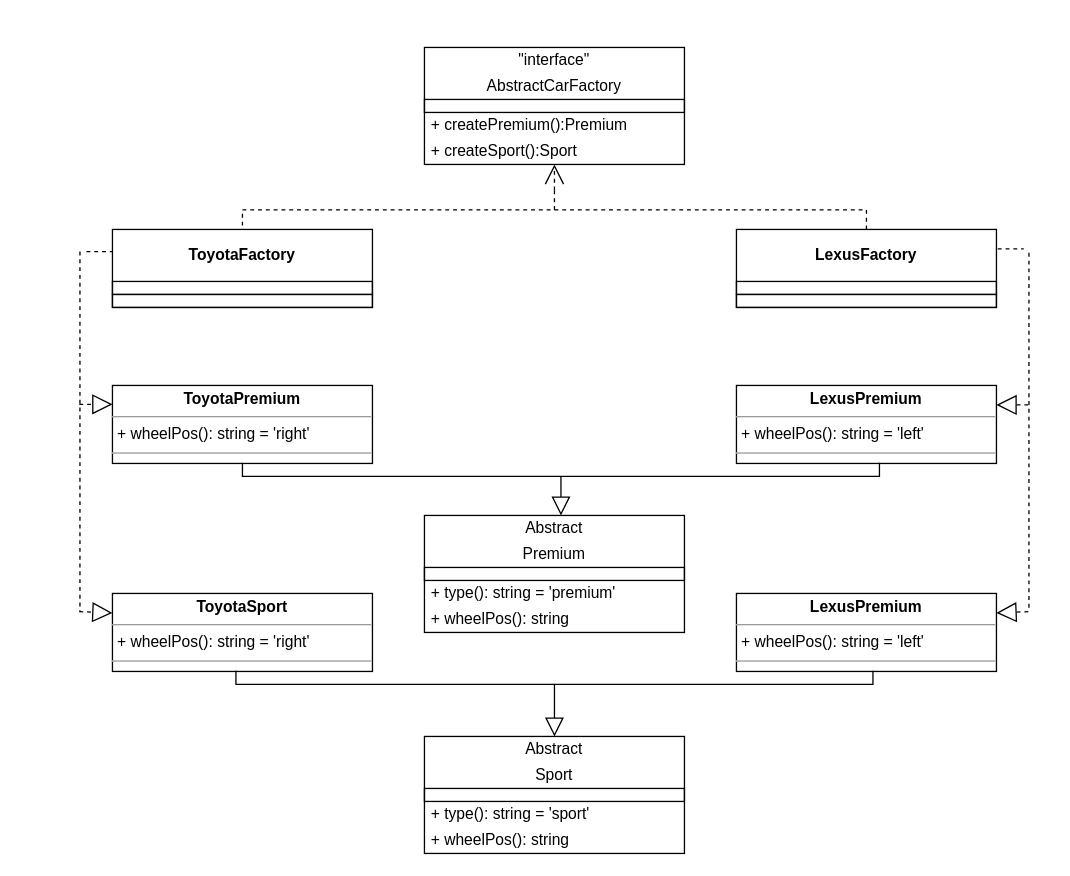
Earlier version of the draw.io diagram Creational/Abstract Factory/abstract.drawio (Kazantip94/Patern). Source tidied: cells renumbered, new cells numbered last; positions are measured from the earlier drawing's top-left corner, leaving out a move shared by most shapes. Both pictures are drawn from the tidied source at 130%, with x=0, y=0 at pixel (73, 47).
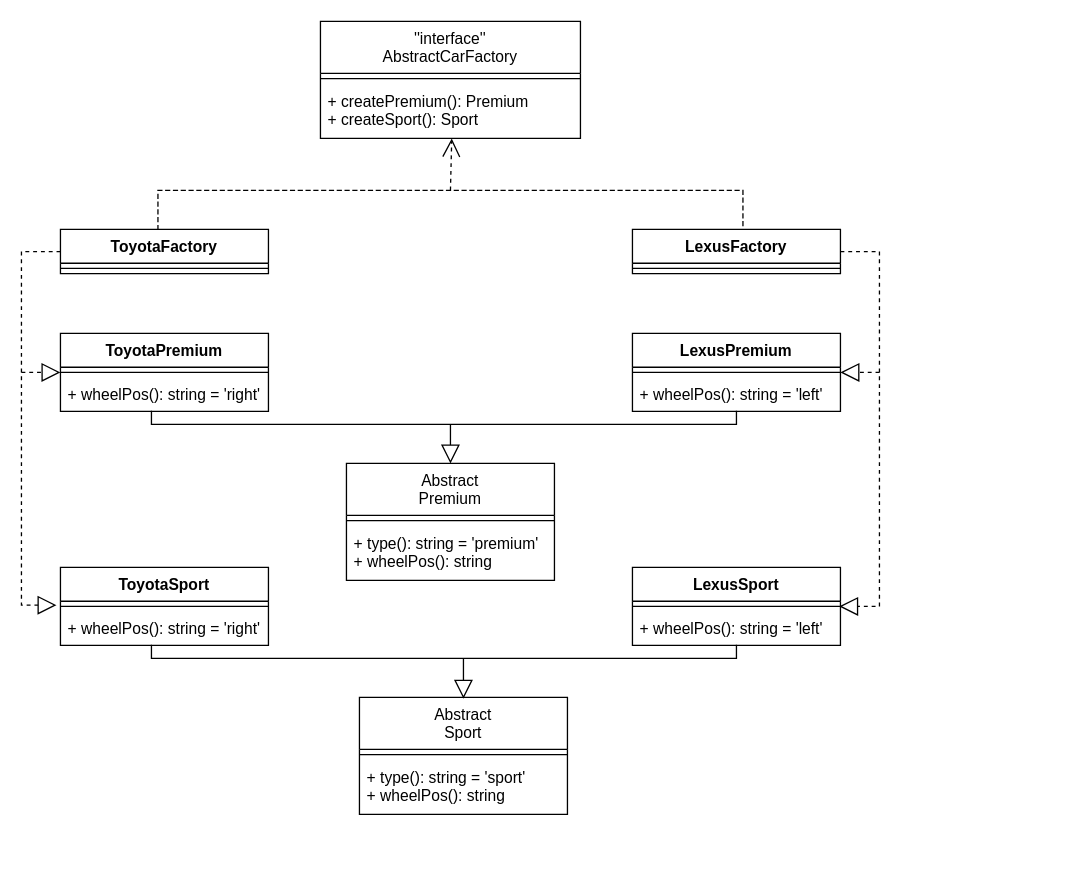
The same diagram, later.

Commit message (it also covers changes not shown here):
fix factory method and abstract factory method

Change to the diagram source:
```diff
@@
-    <mxCell id="2" style="rounded=0;whiteSpace=wrap;html=1;" parent="1" vertex="1">
-      <mxGeometry x="270" width="200" height="90" as="geometry" />
-    </mxCell>
-    <mxCell id="3" value="&quot;interface&quot;" style="text;html=1;strokeColor=none;fillColor=none;align=center;verticalAlign=middle;whiteSpace=wrap;rounded=0;" parent="1" vertex="1">
-      <mxGeometry x="270" width="200" height="20" as="geometry" />
-    </mxCell>
-    <mxCell id="4" value="AbstractCarFactory" style="text;html=1;strokeColor=none;fillColor=none;align=center;verticalAlign=middle;whiteSpace=wrap;rounded=0;" parent="1" vertex="1">
-      <mxGeometry x="270" y="20" width="200" height="20" as="geometry" />
-    </mxCell>
-    <mxCell id="5" value="&amp;nbsp;+ createPremium():Premium" style="text;html=1;strokeColor=none;fillColor=none;align=left;verticalAlign=middle;whiteSpace=wrap;rounded=0;" parent="1" vertex="1">
-      <mxGeometry x="270" y="50" width="200" height="20" as="geometry" />
-    </mxCell>
-    <mxCell id="6" style="text;html=1;fillColor=none;align=center;verticalAlign=middle;whiteSpace=wrap;rounded=0;strokeColor=#000000;" parent="1" vertex="1">
-      <mxGeometry x="270" y="40" width="200" height="10" as="geometry" />
-    </mxCell>
-    <mxCell id="7" value="&amp;nbsp;+ createSport():Sport" style="text;html=1;strokeColor=none;fillColor=none;align=left;verticalAlign=middle;whiteSpace=wrap;rounded=0;" parent="1" vertex="1">
-      <mxGeometry x="270" y="70" width="200" height="20" as="geometry" />
-    </mxCell>
-    <mxCell id="8" style="rounded=0;whiteSpace=wrap;html=1;strokeColor=#000000;" parent="1" vertex="1">
-      <mxGeometry x="30" y="140" width="200" height="60" as="geometry" />
-    </mxCell>
+    <mxCell id="46" value="''interface''&#10;AbstractCarFactory" style="swimlane;fontStyle=0;align=center;verticalAlign=top;horizontal=1;startSize=40;" parent="1" vertex="1">
+      <mxGeometry x="190" y="-20" width="200" height="90" as="geometry" />
+    </mxCell>
+    <mxCell id="47" style="line;strokeWidth=1;fillColor=none;align=left;verticalAlign=middle;spacingTop=-1;spacingLeft=3;spacingRight=3;labelPosition=right;" parent="46" vertex="1">
+      <mxGeometry y="40" width="200" height="8" as="geometry" />
+    </mxCell>
+    <mxCell id="48" value="+ createPremium(): Premium&#10;+ createSport(): Sport" style="text;strokeColor=none;fillColor=none;align=left;verticalAlign=top;spacingLeft=4;spacingRight=4;overflow=hidden;" parent="46" vertex="1">
+      <mxGeometry y="48" width="200" height="42" as="geometry" />
+    </mxCell>
+    <mxCell id="49" style="edgeStyle=orthogonalEdgeStyle;rounded=0;jettySize=auto;html=1;startArrow=none;startFill=0;endArrow=block;endFill=0;startSize=12;endSize=12;entryX=-0.019;entryY=-0.192;entryDx=0;entryDy=0;entryPerimeter=0;exitX=0;exitY=0.5;exitDx=0;exitDy=0;dashed=1;" parent="1" edge="1" source="9" target="58">
+      <mxGeometry relative="1" as="geometry">
+        <Array as="points">
+          <mxPoint x="-40" y="157" />
+          <mxPoint x="-40" y="429" />
+        </Array>
+      </mxGeometry>
+    </mxCell>
-    <mxCell id="9" value="&lt;b&gt;ToyotaFactory&lt;/b&gt;" style="text;html=1;strokeColor=none;fillColor=none;align=center;verticalAlign=middle;whiteSpace=wrap;rounded=0;" parent="1" vertex="1">
-      <mxGeometry x="70" y="150" width="120" height="20" as="geometry" />
+    <mxCell id="9" value="ToyotaFactory" style="swimlane;fontStyle=1;align=center;verticalAlign=top;horizontal=1;startSize=26;" parent="1" vertex="1">
+      <mxGeometry x="-10" y="140" width="160" height="34" as="geometry" />
     </mxCell>
-    <mxCell id="10" style="text;html=1;fillColor=none;align=center;verticalAlign=middle;whiteSpace=wrap;rounded=0;strokeColor=#000000;" parent="1" vertex="1">
-      <mxGeometry x="30" y="180" width="200" height="10" as="geometry" />
-    </mxCell>
-    <mxCell id="11" style="text;html=1;fillColor=none;align=center;verticalAlign=middle;whiteSpace=wrap;rounded=0;strokeColor=#000000;" parent="1" vertex="1">
-      <mxGeometry x="30" y="190" width="200" height="10" as="geometry" />
-    </mxCell>
-    <mxCell id="12" style="rounded=0;whiteSpace=wrap;html=1;strokeColor=#000000;" parent="1" vertex="1">
-      <mxGeometry x="510" y="140" width="200" height="60" as="geometry" />
-    </mxCell>
+    <mxCell id="50" style="line;strokeWidth=1;fillColor=none;align=left;verticalAlign=middle;spacingTop=-1;spacingLeft=3;spacingRight=3;labelPosition=right;" parent="9" vertex="1">
+      <mxGeometry y="26" width="160" height="8" as="geometry" />
+    </mxCell>
+    <mxCell id="51" style="edgeStyle=orthogonalEdgeStyle;rounded=0;jettySize=auto;html=1;dashed=1;startArrow=none;startFill=0;endArrow=block;endFill=0;startSize=12;endSize=12;entryX=0.994;entryY=0.5;entryDx=0;entryDy=0;entryPerimeter=0;" parent="1" edge="1" source="13" target="63">
+      <mxGeometry relative="1" as="geometry">
+        <Array as="points">
+          <mxPoint x="620" y="157" />
+          <mxPoint x="620" y="430" />
+        </Array>
+      </mxGeometry>
+    </mxCell>
-    <mxCell id="13" value="&lt;b&gt;LexusFactory&lt;/b&gt;" style="text;html=1;strokeColor=none;fillColor=none;align=center;verticalAlign=middle;whiteSpace=wrap;rounded=0;" parent="1" vertex="1">
-      <mxGeometry x="550" y="150" width="120" height="20" as="geometry" />
+    <mxCell id="13" value="LexusFactory" style="swimlane;fontStyle=1;align=center;verticalAlign=top;horizontal=1;startSize=26;" parent="1" vertex="1">
+      <mxGeometry x="430" y="140" width="160" height="34" as="geometry" />
     </mxCell>
-    <mxCell id="14" style="text;html=1;fillColor=none;align=center;verticalAlign=middle;whiteSpace=wrap;rounded=0;strokeColor=#000000;" parent="1" vertex="1">
-      <mxGeometry x="510" y="180" width="200" height="10" as="geometry" />
-    </mxCell>
-    <mxCell id="15" style="text;html=1;fillColor=none;align=center;verticalAlign=middle;whiteSpace=wrap;rounded=0;strokeColor=#000000;" parent="1" vertex="1">
-      <mxGeometry x="510" y="190" width="200" height="10" as="geometry" />
-    </mxCell>
-    <mxCell id="16" value="&lt;p style=&quot;margin: 0px ; margin-top: 4px ; text-align: center&quot;&gt;&lt;b&gt;ToyotaPremium&lt;/b&gt;&lt;/p&gt;&lt;hr size=&quot;1&quot;&gt;&lt;p style=&quot;margin: 0px ; margin-left: 4px&quot;&gt;+ wheelPos(): string = 'right'&lt;/p&gt;&lt;hr size=&quot;1&quot;&gt;&lt;p style=&quot;margin: 0px ; margin-left: 4px&quot;&gt;&lt;br&gt;&lt;/p&gt;" style="verticalAlign=top;align=left;overflow=fill;fontSize=12;fontFamily=Helvetica;html=1;strokeColor=#000000;" parent="1" vertex="1">
-      <mxGeometry x="30" y="260" width="200" height="60" as="geometry" />
-    </mxCell>
-    <mxCell id="17" value="&lt;p style=&quot;margin: 0px ; margin-top: 4px ; text-align: center&quot;&gt;&lt;b&gt;ToyotaSport&lt;/b&gt;&lt;/p&gt;&lt;hr size=&quot;1&quot;&gt;&lt;p style=&quot;margin: 0px ; margin-left: 4px&quot;&gt;+ wheelPos(): string = 'right'&lt;/p&gt;&lt;hr size=&quot;1&quot;&gt;&lt;p style=&quot;margin: 0px ; margin-left: 4px&quot;&gt;&lt;br&gt;&lt;/p&gt;" style="verticalAlign=top;align=left;overflow=fill;fontSize=12;fontFamily=Helvetica;html=1;strokeColor=#000000;" parent="1" vertex="1">
-      <mxGeometry x="30" y="420" width="200" height="60" as="geometry" />
-    </mxCell>
-    <mxCell id="18" value="&lt;p style=&quot;margin: 0px ; margin-top: 4px ; text-align: center&quot;&gt;&lt;b&gt;LexusPremium&lt;/b&gt;&lt;/p&gt;&lt;hr size=&quot;1&quot;&gt;&lt;p style=&quot;margin: 0px ; margin-left: 4px&quot;&gt;+ wheelPos(): string = 'left'&lt;/p&gt;&lt;hr size=&quot;1&quot;&gt;&lt;p style=&quot;margin: 0px ; margin-left: 4px&quot;&gt;&lt;br&gt;&lt;/p&gt;" style="verticalAlign=top;align=left;overflow=fill;fontSize=12;fontFamily=Helvetica;html=1;strokeColor=#000000;" parent="1" vertex="1">
-      <mxGeometry x="510" y="260" width="200" height="60" as="geometry" />
-    </mxCell>
-    <mxCell id="19" value="&lt;p style=&quot;margin: 0px ; margin-top: 4px ; text-align: center&quot;&gt;&lt;b&gt;LexusPremium&lt;/b&gt;&lt;/p&gt;&lt;hr size=&quot;1&quot;&gt;&lt;p style=&quot;margin: 0px ; margin-left: 4px&quot;&gt;+ wheelPos(): string = 'left'&lt;/p&gt;&lt;hr size=&quot;1&quot;&gt;&lt;p style=&quot;margin: 0px ; margin-left: 4px&quot;&gt;&lt;br&gt;&lt;/p&gt;" style="verticalAlign=top;align=left;overflow=fill;fontSize=12;fontFamily=Helvetica;html=1;strokeColor=#000000;" parent="1" vertex="1">
-      <mxGeometry x="510" y="420" width="200" height="60" as="geometry" />
-    </mxCell>
-    <mxCell id="20" style="rounded=0;whiteSpace=wrap;html=1;" parent="1" vertex="1">
-      <mxGeometry x="270" y="360" width="200" height="90" as="geometry" />
-    </mxCell>
-    <mxCell id="21" value="Abstract" style="text;html=1;strokeColor=none;fillColor=none;align=center;verticalAlign=middle;whiteSpace=wrap;rounded=0;" parent="1" vertex="1">
-      <mxGeometry x="270" y="360" width="200" height="20" as="geometry" />
-    </mxCell>
-    <mxCell id="22" value="Premium" style="text;html=1;strokeColor=none;fillColor=none;align=center;verticalAlign=middle;whiteSpace=wrap;rounded=0;" parent="1" vertex="1">
-      <mxGeometry x="270" y="380" width="200" height="20" as="geometry" />
-    </mxCell>
-    <mxCell id="23" value="&amp;nbsp;+ type(): string = 'premium'" style="text;html=1;strokeColor=none;fillColor=none;align=left;verticalAlign=middle;whiteSpace=wrap;rounded=0;" parent="1" vertex="1">
-      <mxGeometry x="270" y="410" width="200" height="20" as="geometry" />
-    </mxCell>
-    <mxCell id="24" style="text;html=1;fillColor=none;align=center;verticalAlign=middle;whiteSpace=wrap;rounded=0;strokeColor=#000000;" parent="1" vertex="1">
-      <mxGeometry x="270" y="400" width="200" height="10" as="geometry" />
-    </mxCell>
-    <mxCell id="25" value="&amp;nbsp;+ wheelPos(): string" style="text;html=1;strokeColor=none;fillColor=none;align=left;verticalAlign=middle;whiteSpace=wrap;rounded=0;" parent="1" vertex="1">
-      <mxGeometry x="270" y="430" width="200" height="20" as="geometry" />
-    </mxCell>
-    <mxCell id="26" style="rounded=0;whiteSpace=wrap;html=1;" parent="1" vertex="1">
-      <mxGeometry x="270" y="530" width="200" height="90" as="geometry" />
-    </mxCell>
-    <mxCell id="27" value="Abstract" style="text;html=1;strokeColor=none;fillColor=none;align=center;verticalAlign=middle;whiteSpace=wrap;rounded=0;" parent="1" vertex="1">
-      <mxGeometry x="270" y="530" width="200" height="20" as="geometry" />
-    </mxCell>
-    <mxCell id="28" value="Sport" style="text;html=1;strokeColor=none;fillColor=none;align=center;verticalAlign=middle;whiteSpace=wrap;rounded=0;" parent="1" vertex="1">
-      <mxGeometry x="270" y="550" width="200" height="20" as="geometry" />
-    </mxCell>
-    <mxCell id="29" value="&amp;nbsp;+ type(): string = 'sport'" style="text;html=1;strokeColor=none;fillColor=none;align=left;verticalAlign=middle;whiteSpace=wrap;rounded=0;" parent="1" vertex="1">
-      <mxGeometry x="270" y="580" width="200" height="20" as="geometry" />
-    </mxCell>
-    <mxCell id="30" style="text;html=1;fillColor=none;align=center;verticalAlign=middle;whiteSpace=wrap;rounded=0;strokeColor=#000000;" parent="1" vertex="1">
-      <mxGeometry x="270" y="570" width="200" height="10" as="geometry" />
-    </mxCell>
-    <mxCell id="31" value="&amp;nbsp;+ wheelPos(): string" style="text;html=1;strokeColor=none;fillColor=none;align=left;verticalAlign=middle;whiteSpace=wrap;rounded=0;" parent="1" vertex="1">
-      <mxGeometry x="270" y="600" width="200" height="20" as="geometry" />
-    </mxCell>
-    <mxCell id="32" style="strokeWidth=1;html=1;shape=mxgraph.flowchart.annotation_2;align=left;labelPosition=right;direction=south;dashed=1;" parent="1" vertex="1">
-      <mxGeometry x="130" y="110" width="480" height="30" as="geometry" />
-    </mxCell>
-    <mxCell id="33" style="endArrow=open;html=1;strokeColor=#000000;entryX=0.5;entryY=1;entryDx=0;entryDy=0;endFill=0;strokeWidth=1;dashed=1;endSize=13;" parent="1" edge="1" target="7">
-      <mxGeometry relative="1" as="geometry">
-        <mxPoint x="370" y="110" as="sourcePoint" />
-      </mxGeometry>
-    </mxCell>
-    <mxCell id="34" style="line;strokeWidth=1;direction=south;html=1;perimeter=backbonePerimeter;points=[];outlineConnect=0;dashed=1;" parent="1" vertex="1">
-      <mxGeometry y="157" width="10" height="277" as="geometry" />
-    </mxCell>
-    <mxCell id="35" style="line;strokeWidth=1;html=1;dashed=1;" parent="1" vertex="1">
-      <mxGeometry x="10" y="152" width="20" height="10" as="geometry" />
-    </mxCell>
-    <mxCell id="36" style="endArrow=block;html=1;dashed=1;endSize=13;strokeColor=#000000;strokeWidth=1;endFill=0;" parent="1" edge="1" source="34">
-      <mxGeometry relative="1" as="geometry">
-        <mxPoint x="30" y="274.5" as="targetPoint" />
-      </mxGeometry>
-    </mxCell>
-    <mxCell id="37" style="endArrow=block;html=1;dashed=1;endSize=13;strokeColor=#000000;strokeWidth=1;endFill=0;entryX=0;entryY=0.25;entryDx=0;entryDy=0;" parent="1" edge="1" source="34" target="17">
-      <mxGeometry relative="1" as="geometry" />
-    </mxCell>
-    <mxCell id="38" style="line;strokeWidth=1;direction=south;html=1;perimeter=backbonePerimeter;points=[];outlineConnect=0;dashed=1;" parent="1" vertex="1">
-      <mxGeometry x="730" y="158" width="10" height="275" as="geometry" />
-    </mxCell>
-    <mxCell id="39" style="endArrow=block;html=1;dashed=1;endSize=13;strokeColor=#000000;strokeWidth=1;endFill=0;entryX=1;entryY=0.25;entryDx=0;entryDy=0;" parent="1" edge="1" source="38" target="18">
-      <mxGeometry relative="1" as="geometry" />
-    </mxCell>
-    <mxCell id="40" style="endArrow=block;html=1;dashed=1;endSize=13;strokeColor=#000000;strokeWidth=1;endFill=0;entryX=1;entryY=0.25;entryDx=0;entryDy=0;" parent="1" edge="1" target="19">
-      <mxGeometry relative="1" as="geometry">
-        <mxPoint x="734.5" y="434" as="sourcePoint" />
-      </mxGeometry>
-    </mxCell>
-    <mxCell id="41" style="line;strokeWidth=1;html=1;dashed=1;" parent="1" vertex="1">
-      <mxGeometry x="711" y="150" width="20" height="10" as="geometry" />
-    </mxCell>
-    <mxCell id="42" style="shape=partialRectangle;whiteSpace=wrap;html=1;bottom=1;right=1;left=1;top=0;fillColor=none;routingCenterX=-0.5;direction=east;" parent="1" vertex="1">
-      <mxGeometry x="130" y="320" width="490" height="10" as="geometry" />
-    </mxCell>
-    <mxCell id="43" style="html=1;verticalAlign=bottom;startArrow=none;startFill=0;endArrow=block;startSize=10;endSize=12;exitX=0.5;exitY=1;exitDx=0;exitDy=0;endFill=0;" parent="1" edge="1" source="42">
-      <mxGeometry relative="1" as="geometry">
-        <mxPoint x="375" y="360" as="targetPoint" />
-      </mxGeometry>
-    </mxCell>
-    <mxCell id="44" style="shape=partialRectangle;whiteSpace=wrap;html=1;bottom=1;right=1;left=1;top=0;fillColor=none;routingCenterX=-0.5;direction=east;" parent="1" vertex="1">
-      <mxGeometry x="125" y="480" width="490" height="10" as="geometry" />
-    </mxCell>
-    <mxCell id="45" style="html=1;verticalAlign=bottom;startArrow=none;startFill=0;endArrow=block;startSize=10;endSize=12;endFill=0;" parent="1" edge="1">
-      <mxGeometry relative="1" as="geometry">
-        <mxPoint x="370" y="490" as="sourcePoint" />
-        <mxPoint x="370" y="530" as="targetPoint" />
-      </mxGeometry>
-    </mxCell>
+    <mxCell id="52" style="line;strokeWidth=1;fillColor=none;align=left;verticalAlign=middle;spacingTop=-1;spacingLeft=3;spacingRight=3;labelPosition=right;" parent="13" vertex="1">
+      <mxGeometry y="26" width="160" height="8" as="geometry" />
+    </mxCell>
+    <mxCell id="53" value="ToyotaPremium" style="swimlane;fontStyle=1;align=center;verticalAlign=top;horizontal=1;startSize=26;" parent="1" vertex="1">
+      <mxGeometry x="-10" y="220" width="160" height="60" as="geometry" />
+    </mxCell>
+    <mxCell id="54" style="line;strokeWidth=1;fillColor=none;align=left;verticalAlign=middle;spacingTop=-1;spacingLeft=3;spacingRight=3;labelPosition=right;" parent="53" vertex="1">
+      <mxGeometry y="26" width="160" height="8" as="geometry" />
+    </mxCell>
+    <mxCell id="55" value="+ wheelPos(): string = 'right'" style="text;strokeColor=none;fillColor=none;align=left;verticalAlign=top;spacingLeft=4;spacingRight=4;overflow=hidden;" parent="53" vertex="1">
+      <mxGeometry y="34" width="160" height="26" as="geometry" />
+    </mxCell>
+    <mxCell id="56" value="ToyotaSport" style="swimlane;fontStyle=1;align=center;verticalAlign=top;horizontal=1;startSize=26;" parent="1" vertex="1">
+      <mxGeometry x="-10" y="400" width="160" height="60" as="geometry" />
+    </mxCell>
+    <mxCell id="57" style="line;strokeWidth=1;fillColor=none;align=left;verticalAlign=middle;spacingTop=-1;spacingLeft=3;spacingRight=3;labelPosition=right;" parent="56" vertex="1">
+      <mxGeometry y="26" width="160" height="8" as="geometry" />
+    </mxCell>
+    <mxCell id="58" value="+ wheelPos(): string = 'right'" style="text;strokeColor=none;fillColor=none;align=left;verticalAlign=top;spacingLeft=4;spacingRight=4;overflow=hidden;points=[[0,0.5],[1,0.5]];portConstraint=eastwest;" parent="56" vertex="1">
+      <mxGeometry y="34" width="160" height="26" as="geometry" />
+    </mxCell>
+    <mxCell id="59" value="LexusPremium" style="swimlane;fontStyle=1;align=center;verticalAlign=top;horizontal=1;startSize=26;" parent="1" vertex="1">
+      <mxGeometry x="430" y="220" width="160" height="60" as="geometry" />
+    </mxCell>
+    <mxCell id="60" style="line;strokeWidth=1;fillColor=none;align=left;verticalAlign=middle;spacingTop=-1;spacingLeft=3;spacingRight=3;labelPosition=right;" parent="59" vertex="1">
+      <mxGeometry y="26" width="160" height="8" as="geometry" />
+    </mxCell>
+    <mxCell id="61" value="+ wheelPos(): string = 'left'" style="text;strokeColor=none;fillColor=none;align=left;verticalAlign=top;spacingLeft=4;spacingRight=4;overflow=hidden;" parent="59" vertex="1">
+      <mxGeometry y="34" width="160" height="26" as="geometry" />
+    </mxCell>
+    <mxCell id="62" value="LexusSport" style="swimlane;fontStyle=1;align=center;verticalAlign=top;horizontal=1;startSize=26;" parent="1" vertex="1">
+      <mxGeometry x="430" y="400" width="160" height="60" as="geometry" />
+    </mxCell>
+    <mxCell id="63" style="line;strokeWidth=1;fillColor=none;align=left;verticalAlign=middle;spacingTop=-1;spacingLeft=3;spacingRight=3;labelPosition=right;points=[];portConstraint=eastwest;" parent="62" vertex="1">
+      <mxGeometry y="26" width="160" height="8" as="geometry" />
+    </mxCell>
+    <mxCell id="64" value="+ wheelPos(): string = 'left'" style="text;strokeColor=none;fillColor=none;align=left;verticalAlign=top;spacingLeft=4;spacingRight=4;overflow=hidden;" parent="62" vertex="1">
+      <mxGeometry y="34" width="160" height="26" as="geometry" />
+    </mxCell>
+    <mxCell id="65" value="Abstract&#10;Premium" style="swimlane;fontStyle=0;align=center;verticalAlign=top;horizontal=1;startSize=40;" parent="1" vertex="1">
+      <mxGeometry x="210" y="320" width="160" height="90" as="geometry" />
+    </mxCell>
+    <mxCell id="66" style="line;strokeWidth=1;fillColor=none;align=left;verticalAlign=middle;spacingTop=-1;spacingLeft=3;spacingRight=3;labelPosition=right;" parent="65" vertex="1">
+      <mxGeometry y="40" width="160" height="8" as="geometry" />
+    </mxCell>
+    <mxCell id="67" value="+ type(): string = 'premium'&#10;+ wheelPos(): string" style="text;strokeColor=none;fillColor=none;align=left;verticalAlign=top;spacingLeft=4;spacingRight=4;overflow=hidden;" parent="65" vertex="1">
+      <mxGeometry y="48" width="160" height="42" as="geometry" />
+    </mxCell>
+    <mxCell id="68" value="Abstract&#10;Sport" style="swimlane;fontStyle=0;align=center;verticalAlign=top;horizontal=1;startSize=40;" parent="1" vertex="1">
+      <mxGeometry x="220" y="500" width="160" height="90" as="geometry" />
+    </mxCell>
+    <mxCell id="69" style="line;strokeWidth=1;fillColor=none;align=left;verticalAlign=middle;spacingTop=-1;spacingLeft=3;spacingRight=3;labelPosition=right;" parent="68" vertex="1">
+      <mxGeometry y="40" width="160" height="8" as="geometry" />
+    </mxCell>
+    <mxCell id="70" value="+ type(): string = 'sport'&#10;+ wheelPos(): string" style="text;strokeColor=none;fillColor=none;align=left;verticalAlign=top;spacingLeft=4;spacingRight=4;overflow=hidden;" parent="68" vertex="1">
+      <mxGeometry y="48" width="160" height="42" as="geometry" />
+    </mxCell>
+    <mxCell id="71" style="shape=partialRectangle;whiteSpace=wrap;html=1;bottom=1;right=1;left=1;top=0;fillColor=none;routingCenterX=-0.5;" parent="1" vertex="1">
+      <mxGeometry x="60" y="280" width="450" height="10" as="geometry" />
+    </mxCell>
+    <mxCell id="72" style="shape=partialRectangle;whiteSpace=wrap;html=1;bottom=1;right=1;left=1;top=0;fillColor=none;routingCenterX=-0.5;" parent="1" vertex="1">
+      <mxGeometry x="60" y="460" width="450" height="10" as="geometry" />
+    </mxCell>
+    <mxCell id="73" style="html=1;verticalAlign=bottom;startArrow=none;startFill=0;endArrow=block;startSize=8;entryX=0.5;entryY=0;entryDx=0;entryDy=0;endFill=0;endSize=12;" parent="1" edge="1" target="65">
+      <mxGeometry x="-0.73" y="17" relative="1" as="geometry">
+        <mxPoint x="290" y="290" as="sourcePoint" />
+      </mxGeometry>
+    </mxCell>
+    <mxCell id="74" style="html=1;verticalAlign=bottom;startArrow=none;startFill=0;endArrow=block;startSize=8;entryX=0.5;entryY=0;entryDx=0;entryDy=0;endFill=0;endSize=12;" parent="1" edge="1">
+      <mxGeometry x="-0.73" y="17" relative="1" as="geometry">
+        <mxPoint x="300" y="470" as="sourcePoint" />
+        <mxPoint x="300" y="501" as="targetPoint" />
+      </mxGeometry>
+    </mxCell>
+    <mxCell id="75" style="html=1;verticalAlign=bottom;startArrow=none;startFill=0;endArrow=block;startSize=8;entryX=0;entryY=0.5;entryDx=0;entryDy=0;endFill=0;endSize=12;dashed=1;" parent="1" edge="1" target="53">
+      <mxGeometry x="-0.73" y="17" relative="1" as="geometry">
+        <mxPoint x="-40" y="250" as="sourcePoint" />
+      </mxGeometry>
+    </mxCell>
+    <mxCell id="76" style="html=1;verticalAlign=bottom;startArrow=none;startFill=0;endArrow=block;startSize=8;endFill=0;endSize=12;dashed=1;" parent="1" edge="1">
+      <mxGeometry x="-0.73" y="17" relative="1" as="geometry">
+        <mxPoint x="620" y="250" as="sourcePoint" />
+        <mxPoint x="590" y="250" as="targetPoint" />
+      </mxGeometry>
+    </mxCell>
+    <mxCell id="77" style="shape=partialRectangle;whiteSpace=wrap;html=1;bottom=1;right=1;left=1;top=0;fillColor=none;routingCenterX=-0.5;direction=west;dashed=1;" parent="1" vertex="1">
+      <mxGeometry x="65" y="110" width="450" height="30" as="geometry" />
+    </mxCell>
+    <mxCell id="78" style="html=1;verticalAlign=bottom;startArrow=none;startFill=0;endArrow=open;startSize=8;endFill=0;endSize=12;exitX=0.5;exitY=1;exitDx=0;exitDy=0;dashed=1;" parent="1" edge="1" source="77">
+      <mxGeometry x="-0.73" y="17" relative="1" as="geometry">
+        <mxPoint x="291" y="70" as="targetPoint" />
+      </mxGeometry>
+    </mxCell>
```
